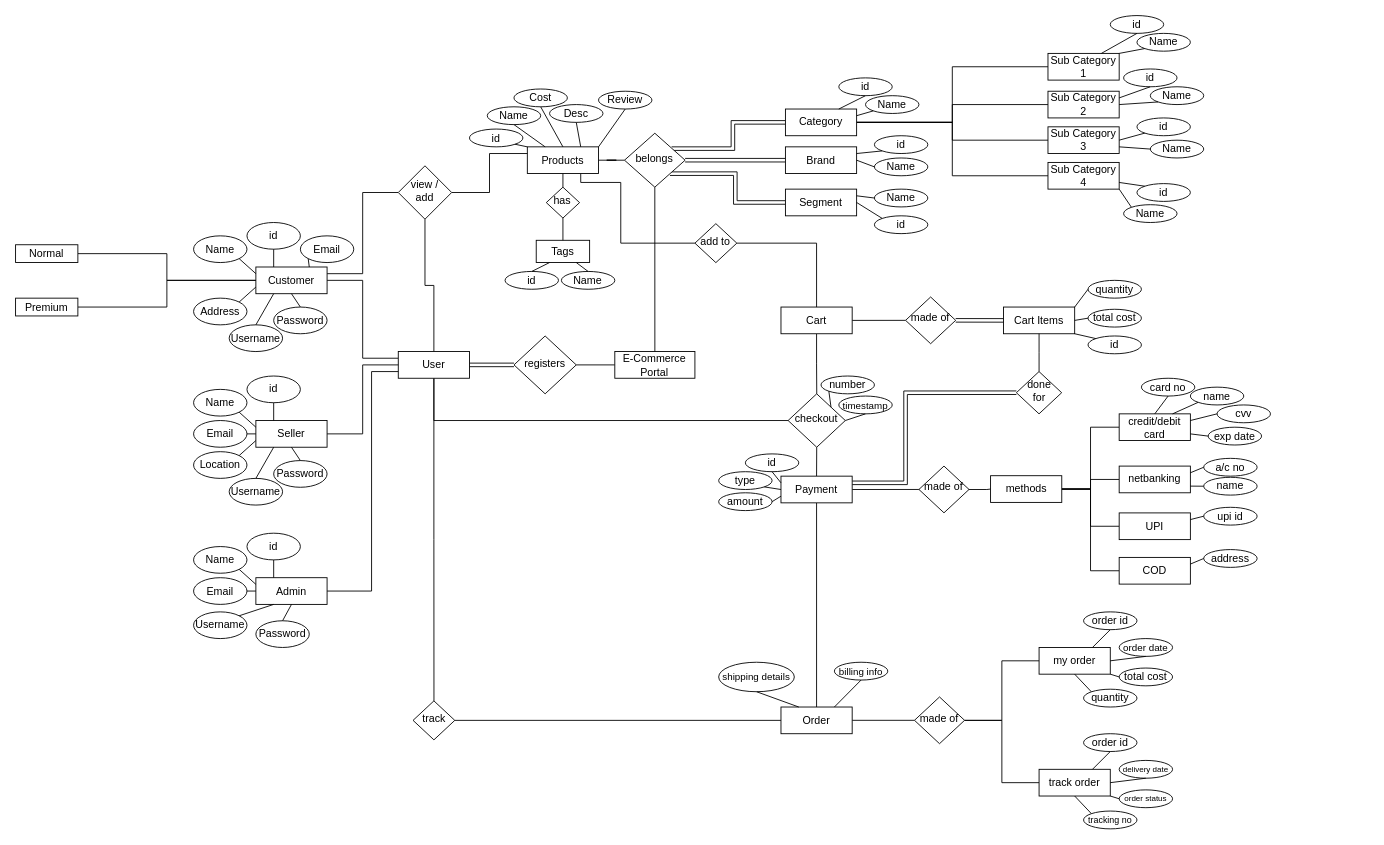
Earlier version of the draw.io diagram Untitled Diagram.drawio (adithkrishnan98/ECommerce-Java). Source tidied: cells renumbered, new cells numbered last; positions are measured from the earlier drawing's top-left corner, leaving out a move shared by most shapes. Both pictures are drawn from the tidied source at 89%, with x=0, y=0 at pixel (15, 15).
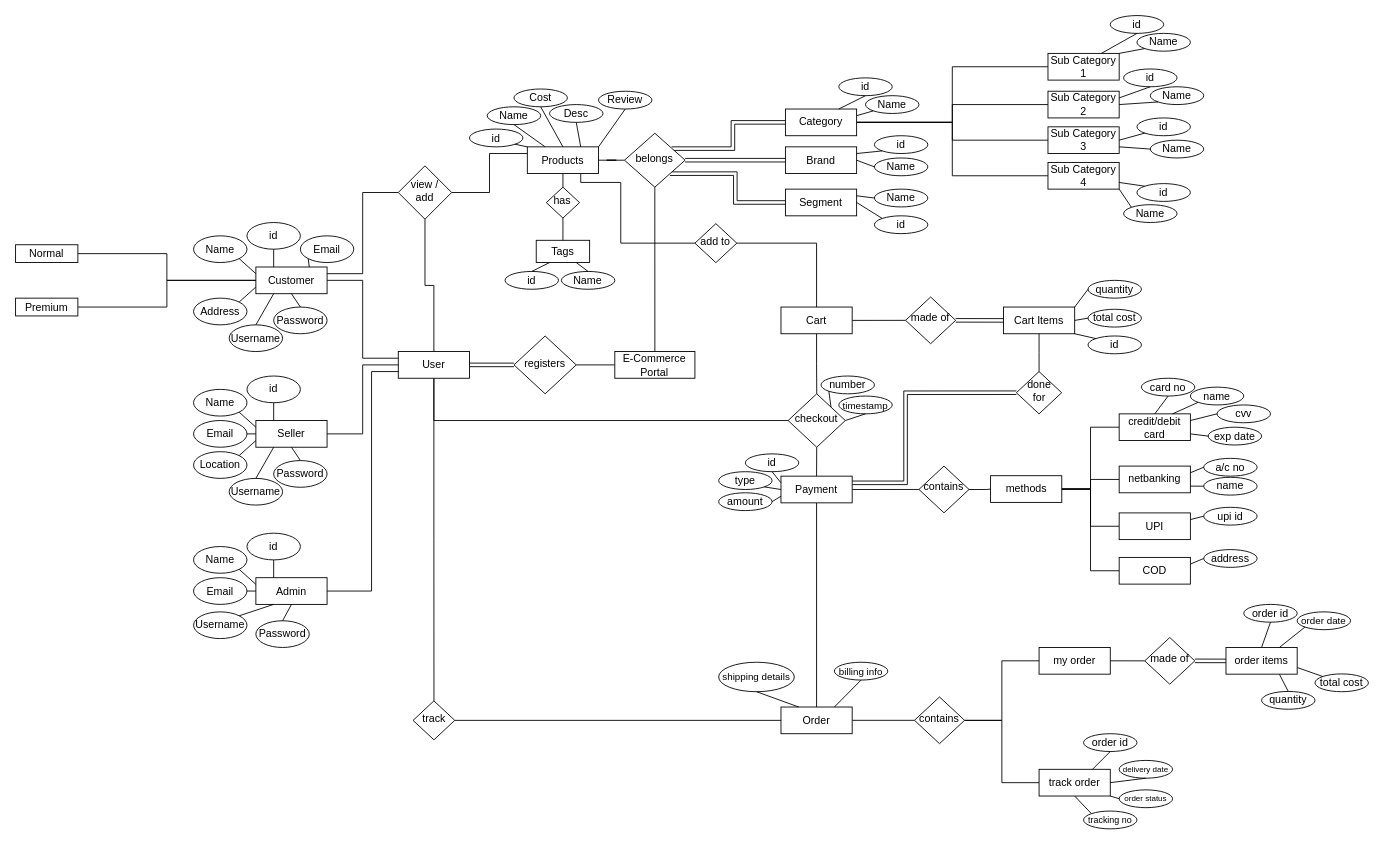
The same page after the edit.

Unchanged cells that the change refers to:
```xml
<mxCell id="171" value="my order" style="rounded=0;whiteSpace=wrap;html=1;fontSize=12;glass=0;strokeWidth=1;shadow=0;" parent="1" vertex="1">
  <mxGeometry x="1150" y="710" width="80" height="30" as="geometry" />
</mxCell>
```

Change to the diagram source:
```diff
@@
-    <mxCell id="140" value="made of" style="rhombus;whiteSpace=wrap;html=1;shadow=0;fontFamily=Helvetica;fontSize=12;align=center;strokeWidth=1;spacing=6;spacingTop=-4;" parent="1" vertex="1">
+    <mxCell id="140" value="contains" style="rhombus;whiteSpace=wrap;html=1;shadow=0;fontFamily=Helvetica;fontSize=12;align=center;strokeWidth=1;spacing=6;spacingTop=-4;" parent="1" vertex="1">
       <mxGeometry x="1015" y="506.2" width="56.3" height="52.5" as="geometry" />
     </mxCell>
@@
+    <mxCell id="210" style="edgeStyle=orthogonalEdgeStyle;rounded=0;jettySize=auto;html=1;entryX=0;entryY=0.5;entryDx=0;entryDy=0;fontSize=11;startArrow=none;startFill=0;endArrow=none;endFill=0;strokeColor=#000000;" parent="1" edge="1" source="171" target="213">
+      <mxGeometry relative="1" as="geometry" />
+    </mxCell>
@@
-    <mxCell id="174" value="made of" style="rhombus;whiteSpace=wrap;html=1;shadow=0;fontFamily=Helvetica;fontSize=12;align=center;strokeWidth=1;spacing=6;spacingTop=-4;" parent="1" vertex="1">
+    <mxCell id="174" value="contains" style="rhombus;whiteSpace=wrap;html=1;shadow=0;fontFamily=Helvetica;fontSize=12;align=center;strokeWidth=1;spacing=6;spacingTop=-4;" parent="1" vertex="1">
       <mxGeometry x="1010" y="765.6" width="56.3" height="52.5" as="geometry" />
     </mxCell>
     <mxCell id="175" value="order id" style="ellipse;whiteSpace=wrap;html=1;" parent="1" vertex="1">
-      <mxGeometry x="1200" y="670" width="60" height="20" as="geometry" />
+      <mxGeometry x="1380" y="661.6" width="60" height="20" as="geometry" />
     </mxCell>
     <mxCell id="176" value="order date" style="ellipse;whiteSpace=wrap;html=1;fontSize=11;" parent="1" vertex="1">
-      <mxGeometry x="1240" y="700" width="60" height="20" as="geometry" />
+      <mxGeometry x="1440" y="670" width="60" height="20" as="geometry" />
     </mxCell>
     <mxCell id="177" value="total cost" style="ellipse;whiteSpace=wrap;html=1;" parent="1" vertex="1">
-      <mxGeometry x="1240" y="733.1" width="60" height="20" as="geometry" />
+      <mxGeometry x="1460" y="739.7" width="60" height="20" as="geometry" />
     </mxCell>
     <mxCell id="178" value="quantity" style="ellipse;whiteSpace=wrap;html=1;" parent="1" vertex="1">
-      <mxGeometry x="1200" y="756.9" width="60" height="20" as="geometry" />
+      <mxGeometry x="1400" y="759.4" width="60" height="20" as="geometry" />
     </mxCell>
-    <mxCell id="179" style="endArrow=none;html=1;fontSize=11;strokeColor=#000000;entryX=0.5;entryY=1;entryDx=0;entryDy=0;exitX=0;exitY=0;exitDx=0;exitDy=0;" parent="1" edge="1" source="178" target="171">
+    <mxCell id="179" style="endArrow=none;html=1;fontSize=11;strokeColor=#000000;entryX=0.75;entryY=1;entryDx=0;entryDy=0;exitX=0.5;exitY=0;exitDx=0;exitDy=0;" parent="1" edge="1" source="178" target="211">
       <mxGeometry relative="1" as="geometry" />
     </mxCell>
-    <mxCell id="180" style="endArrow=none;html=1;fontSize=11;strokeColor=#000000;entryX=1;entryY=1;entryDx=0;entryDy=0;exitX=0;exitY=0.5;exitDx=0;exitDy=0;" parent="1" edge="1" source="177" target="171">
+    <mxCell id="180" style="endArrow=none;html=1;fontSize=11;strokeColor=#000000;entryX=1;entryY=0.75;entryDx=0;entryDy=0;exitX=0;exitY=0;exitDx=0;exitDy=0;" parent="1" edge="1" source="177" target="211">
       <mxGeometry relative="1" as="geometry" />
     </mxCell>
-    <mxCell id="181" style="endArrow=none;html=1;fontSize=11;strokeColor=#000000;entryX=1;entryY=0.5;entryDx=0;entryDy=0;exitX=0.5;exitY=1;exitDx=0;exitDy=0;" parent="1" edge="1" source="176" target="171">
+    <mxCell id="181" style="endArrow=none;html=1;fontSize=11;strokeColor=#000000;entryX=0.75;entryY=0;entryDx=0;entryDy=0;exitX=0;exitY=1;exitDx=0;exitDy=0;" parent="1" edge="1" source="176" target="211">
       <mxGeometry relative="1" as="geometry" />
     </mxCell>
-    <mxCell id="182" style="endArrow=none;html=1;fontSize=11;strokeColor=#000000;entryX=0.75;entryY=0;entryDx=0;entryDy=0;exitX=0.5;exitY=1;exitDx=0;exitDy=0;" parent="1" edge="1" source="175" target="171">
+    <mxCell id="182" style="endArrow=none;html=1;fontSize=11;strokeColor=#000000;entryX=0.5;entryY=0;entryDx=0;entryDy=0;exitX=0.5;exitY=1;exitDx=0;exitDy=0;" parent="1" edge="1" source="175" target="211">
       <mxGeometry relative="1" as="geometry" />
     </mxCell>
@@
+    <mxCell id="211" value="order items" style="rounded=0;whiteSpace=wrap;html=1;fontSize=12;glass=0;strokeWidth=1;shadow=0;" parent="1" vertex="1">
+      <mxGeometry x="1360" y="710" width="80" height="30" as="geometry" />
+    </mxCell>
+    <mxCell id="212" style="edgeStyle=orthogonalEdgeStyle;rounded=0;jettySize=auto;html=1;exitX=1;exitY=0.5;exitDx=0;exitDy=0;entryX=0;entryY=0.5;entryDx=0;entryDy=0;fontSize=11;startArrow=none;startFill=0;endArrow=none;endFill=0;strokeColor=#000000;shape=link;" parent="1" edge="1" source="213" target="211">
+      <mxGeometry relative="1" as="geometry" />
+    </mxCell>
+    <mxCell id="213" value="made of" style="rhombus;whiteSpace=wrap;html=1;shadow=0;fontFamily=Helvetica;fontSize=12;align=center;strokeWidth=1;spacing=6;spacingTop=-4;" parent="1" vertex="1">
+      <mxGeometry x="1268.7" y="698.8" width="56.3" height="52.5" as="geometry" />
+    </mxCell>
```
